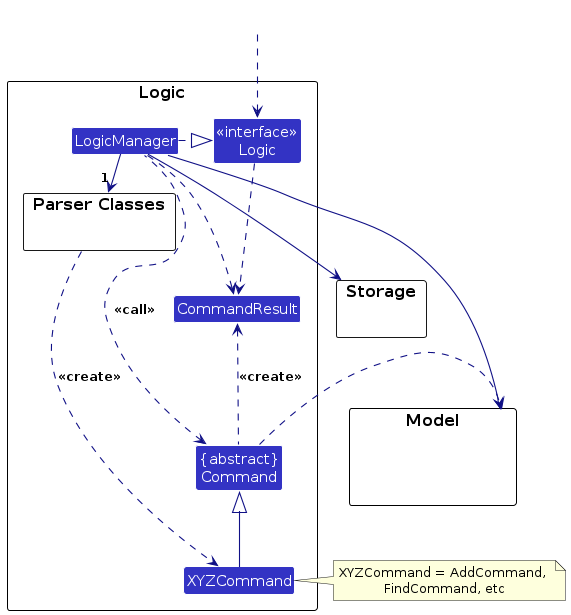
Earlier version of the PlantUML export diagrams/LogicClassDiagram.png (AY2627S1-CS2103T-T15-2/tp). Its source is kept beside it as diagrams/LogicClassDiagram.puml.
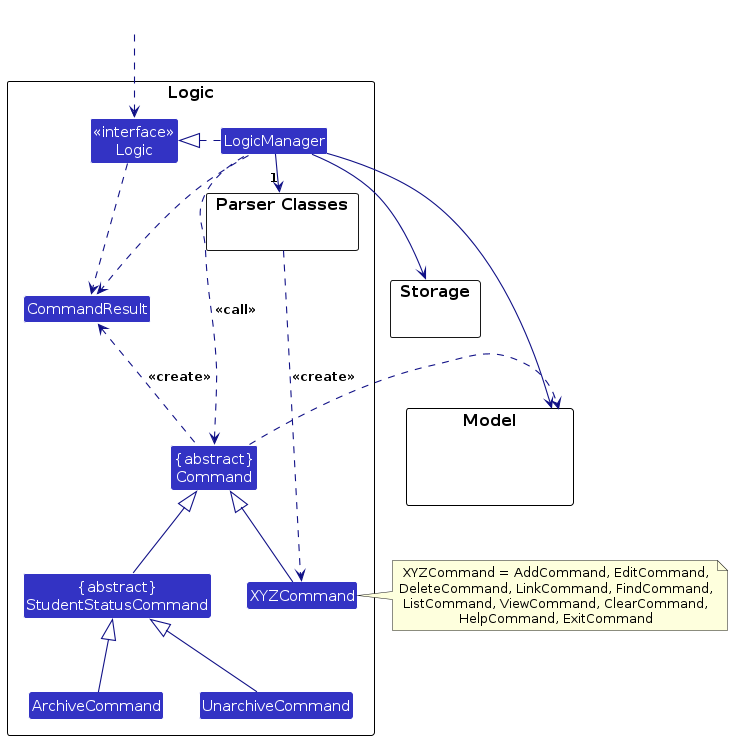
The same file after the commit.

Diff of the diagram source:
```diff
@@ -6,12 +6,14 @@
 
 package Logic as LogicPackage {
 
-package "Parser Classes" as ParserClasses{
+package "Parser Classes" as ParserClasses {
 }
 Class XYZCommand
 Class CommandResult
 Class "{abstract}\nCommand" as Command
-
+Class "{abstract}\nStudentStatusCommand" as StudentStatusCommand
+Class ArchiveCommand
+Class UnarchiveCommand
 
 Class "<<interface>>\nLogic" as Logic
 Class LogicManager
@@ -32,6 +34,9 @@
 ParserClasses ..> XYZCommand : <<create>>
 
 XYZCommand -up-|> Command
+StudentStatusCommand -up-|> Command
+ArchiveCommand -up-|> StudentStatusCommand
+UnarchiveCommand -up-|> StudentStatusCommand
 LogicManager .left.> Command : <<call>>
 
 LogicManager --> Model
@@ -39,7 +44,12 @@
 Storage --[hidden] Model
 Command .[hidden]up.> Storage
 Command .right.> Model
-note right of XYZCommand: XYZCommand = AddCommand, \nFindCommand, etc
+note right of XYZCommand
+  XYZCommand = AddCommand, EditCommand,
+  DeleteCommand, LinkCommand, FindCommand,
+  ListCommand, ViewCommand, ClearCommand,
+  HelpCommand, ExitCommand
+end note
 
 Logic ..> CommandResult
 LogicManager .down.> CommandResult
```
